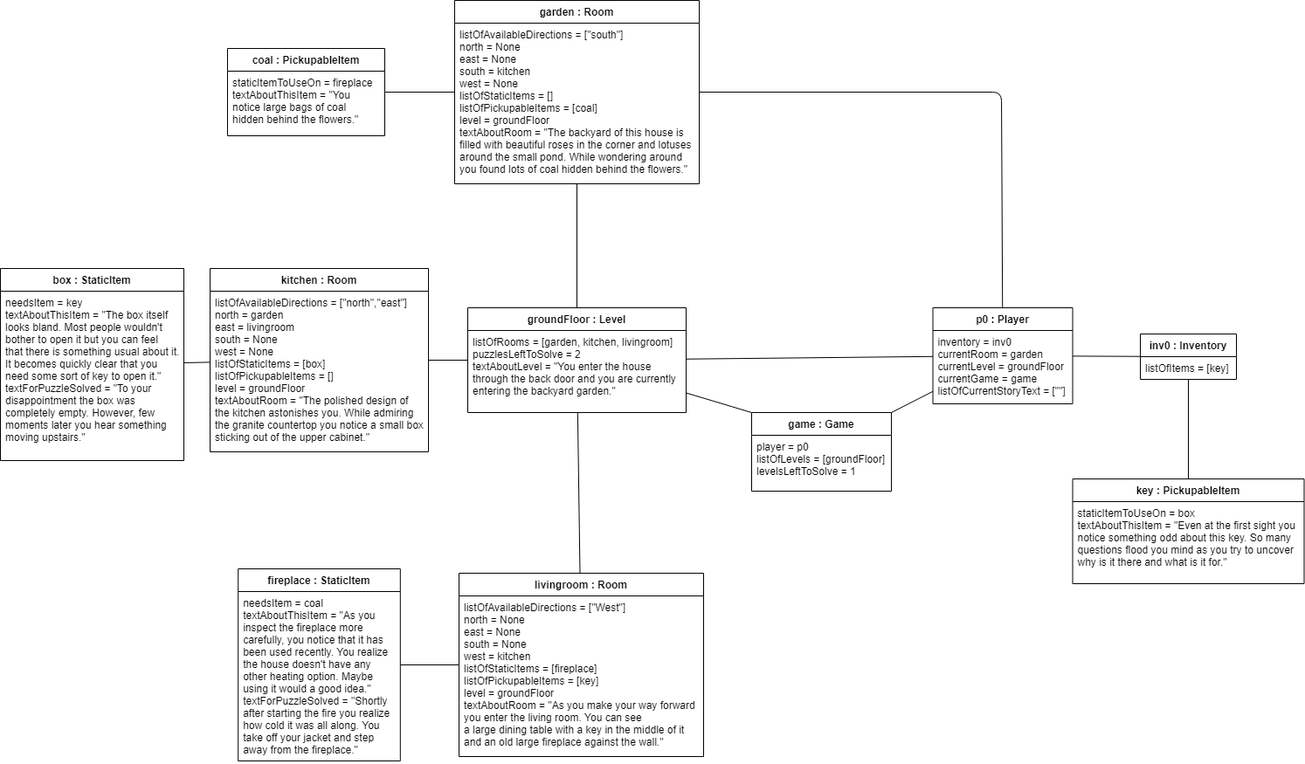
Above: docs/visual/ObjectDiagram.png in MateuszBelka/Text_Adventure_Game (draw.io), before the change. Source tidied: cells renumbered, new cells last; positions are measured from the earlier drawing's top-left corner, leaving out a move shared by most shapes.
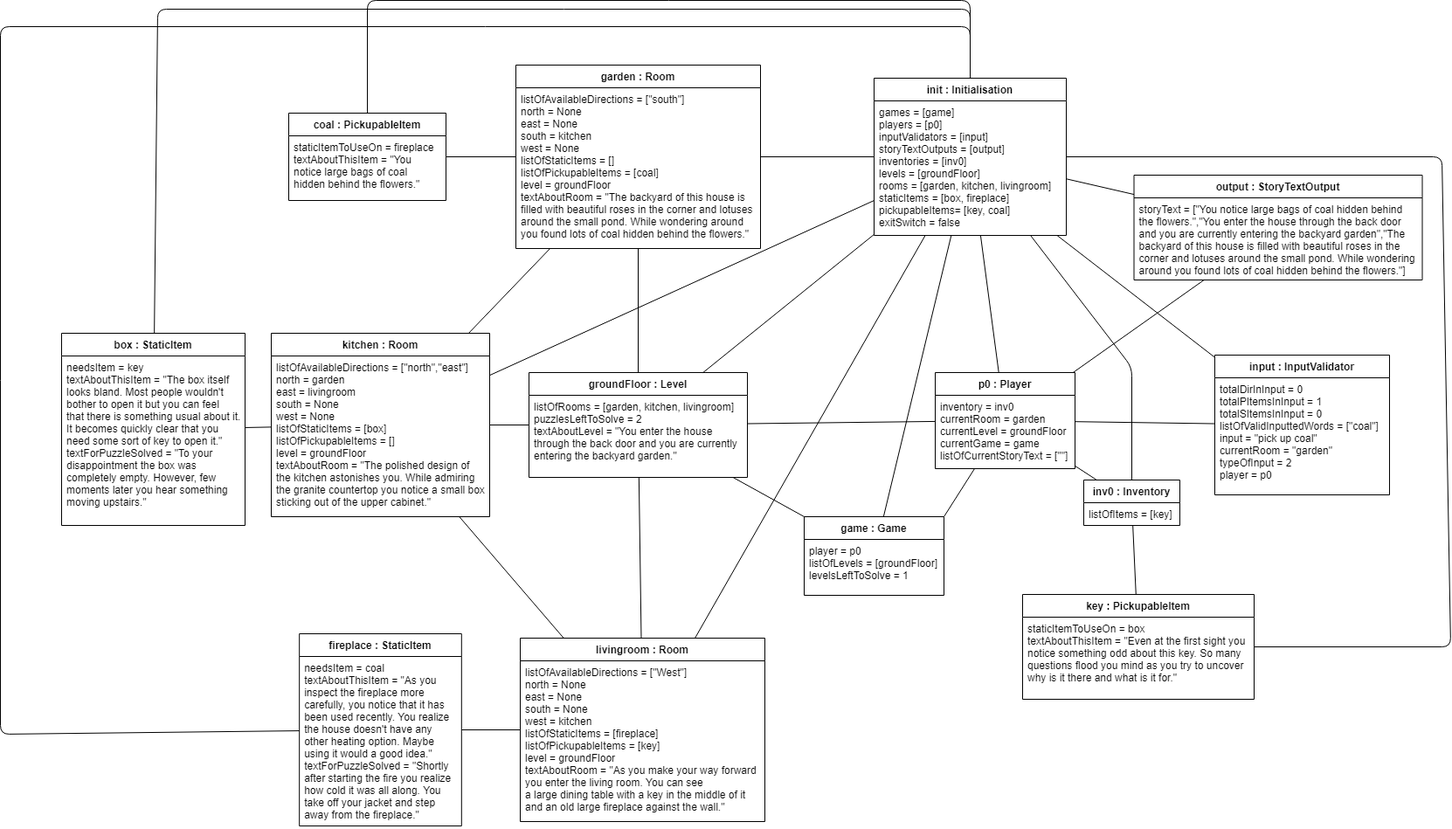
Above is the later version.

Commit message:
fix obj diag and its desc

What changed in the source:
```diff
@@ -3,7 +3,7 @@
     <mxCell id="0" />
     <mxCell id="1" parent="0" />
     <mxCell id="2" value="p0 : Player" style="swimlane;fontStyle=1;horizontal=1;startSize=26;fillColor=none;" parent="1" vertex="1">
-      <mxGeometry x="1067.5" y="352" width="160" height="110" as="geometry" />
+      <mxGeometry x="1000" y="352" width="160" height="110" as="geometry" />
     </mxCell>
     <mxCell id="3" value="inventory = inv0&#10;currentRoom = garden&#10;currentLevel = groundFloor&#10;currentGame = game&#10;listOfCurrentStoryText = [&quot;&quot;]" style="text;strokeColor=none;fillColor=none;align=left;verticalAlign=top;spacingLeft=4;spacingRight=4;overflow=hidden;" parent="2" vertex="1">
       <mxGeometry y="26" width="160" height="84" as="geometry" />
@@ -12,7 +12,7 @@
       <mxGeometry relative="1" as="geometry" />
     </mxCell>
     <mxCell id="5" value="game : Game" style="swimlane;fontStyle=1;horizontal=1;startSize=26;fillColor=none;" parent="1" vertex="1">
-      <mxGeometry x="860" y="472" width="160" height="90" as="geometry" />
+      <mxGeometry x="850" y="517" width="160" height="90" as="geometry" />
     </mxCell>
     <mxCell id="6" value="player = p0&#10;listOfLevels = [groundFloor]&#10;levelsLeftToSolve = 1" style="text;strokeColor=none;fillColor=none;align=left;verticalAlign=top;spacingLeft=4;spacingRight=4;overflow=hidden;" parent="5" vertex="1">
       <mxGeometry y="26" width="160" height="64" as="geometry" />
@@ -33,7 +33,7 @@
       <mxGeometry y="26" width="250" height="184" as="geometry" />
     </mxCell>
     <mxCell id="12" value="inv0 : Inventory" style="swimlane;fontStyle=1;horizontal=1;startSize=26;fillColor=none;" parent="1" vertex="1">
-      <mxGeometry x="1305" y="382" width="110" height="52" as="geometry" />
+      <mxGeometry x="1170" y="475" width="110" height="52" as="geometry" />
     </mxCell>
     <mxCell id="13" value="listOfItems = [key]" style="text;strokeColor=none;fillColor=none;align=left;verticalAlign=top;spacingLeft=4;spacingRight=4;overflow=hidden;" parent="12" vertex="1">
       <mxGeometry y="26" width="110" height="26" as="geometry" />
@@ -54,7 +54,7 @@
       <mxGeometry relative="1" as="geometry" />
     </mxCell>
     <mxCell id="19" value="key : PickupableItem" style="swimlane;fontStyle=1;horizontal=1;startSize=26;fillColor=none;" parent="1" vertex="1">
-      <mxGeometry x="1227.5" y="548" width="265" height="120" as="geometry" />
+      <mxGeometry x="1100" y="606" width="265" height="120" as="geometry" />
     </mxCell>
     <mxCell id="20" value="staticItemToUseOn = box&#10;textAboutThisItem = &quot;Even at the first sight you &#10;notice something odd about this key. So many &#10;questions flood you mind as you try to uncover &#10;why is it there and what is it for.&quot;" style="text;strokeColor=none;fillColor=none;align=left;verticalAlign=top;spacingLeft=4;spacingRight=4;overflow=hidden;" parent="19" vertex="1">
       <mxGeometry y="26" width="265" height="94" as="geometry" />
@@ -101,12 +101,99 @@
     <mxCell id="34" style="endArrow=none;html=1;rounded=1;" parent="1" edge="1" source="7" target="2">
       <mxGeometry relative="1" as="geometry" />
     </mxCell>
-    <mxCell id="35" style="endArrow=none;html=1;rounded=1;" parent="1" edge="1" source="22" target="2">
-      <mxGeometry relative="1" as="geometry">
-        <Array as="points">
-          <mxPoint x="1146" y="105" />
-        </Array>
-      </mxGeometry>
+    <mxCell id="35" style="endArrow=none;html=1;rounded=1;" parent="1" edge="1" source="38" target="2">
+      <mxGeometry relative="1" as="geometry" />
     </mxCell>
+    <mxCell id="36" style="endArrow=none;html=1;rounded=1;" parent="1" edge="1" source="22" target="10">
+      <mxGeometry relative="1" as="geometry" />
+    </mxCell>
+    <mxCell id="37" style="endArrow=none;html=1;rounded=1;" parent="1" edge="1" source="10" target="16">
+      <mxGeometry relative="1" as="geometry" />
+    </mxCell>
+    <mxCell id="38" value="init : Initialisation" style="swimlane;fontStyle=1;horizontal=1;startSize=26;fillColor=none;" parent="1" vertex="1">
+      <mxGeometry x="930" y="15" width="220" height="180" as="geometry" />
+    </mxCell>
+    <mxCell id="39" value="games = [game]&#10;players = [p0]&#10;inputValidators = [input]&#10;storyTextOutputs = [output]&#10;inventories = [inv0]&#10;levels = [groundFloor]&#10;rooms = [garden, kitchen, livingroom]&#10;staticItems = [box, fireplace]&#10;pickupableItems= [key, coal]&#10;exitSwitch = false" style="text;strokeColor=none;fillColor=none;align=left;verticalAlign=top;spacingLeft=4;spacingRight=4;overflow=hidden;points=[[0,0.5],[1,0.5]];portConstraint=eastwest;" parent="38" vertex="1">
+      <mxGeometry y="26" width="220" height="154" as="geometry" />
+    </mxCell>
+    <mxCell id="40" style="endArrow=none;html=1;rounded=1;" parent="1" edge="1" source="38" target="5">
+      <mxGeometry relative="1" as="geometry" />
+    </mxCell>
+    <mxCell id="41" style="endArrow=none;html=1;rounded=1;" parent="1" edge="1" source="38" target="7">
+      <mxGeometry relative="1" as="geometry" />
+    </mxCell>
+    <mxCell id="42" style="endArrow=none;html=1;rounded=1;" parent="1" edge="1" source="38" target="10">
+      <mxGeometry relative="1" as="geometry" />
+    </mxCell>
+    <mxCell id="43" style="endArrow=none;html=1;rounded=1;" parent="1" edge="1" source="22" target="38">
+      <mxGeometry relative="1" as="geometry" />
+    </mxCell>
+    <mxCell id="44" style="endArrow=none;html=1;rounded=1;" parent="1" edge="1" source="38" target="16">
+      <mxGeometry relative="1" as="geometry" />
+    </mxCell>
+    <mxCell id="45" style="endArrow=none;html=1;rounded=1;" parent="1" edge="1" source="12" target="38">
+      <mxGeometry relative="1" as="geometry">
+        <Array as="points">
+          <mxPoint x="1225" y="346" />
+        </Array>
+      </mxGeometry>
+    </mxCell>
+    <mxCell id="46" style="endArrow=none;html=1;rounded=1;" parent="1" edge="1" source="19" target="38">
+      <mxGeometry relative="1" as="geometry">
+        <Array as="points">
+          <mxPoint x="1590" y="666" />
+          <mxPoint x="1580" y="105" />
+        </Array>
+      </mxGeometry>
+    </mxCell>
+    <mxCell id="47" style="endArrow=none;html=1;rounded=1;" parent="1" edge="1" source="25" target="38">
+      <mxGeometry relative="1" as="geometry">
+        <Array as="points">
+          <mxPoint x="350" y="-74" />
+          <mxPoint x="1040" y="-74" />
+        </Array>
+      </mxGeometry>
+    </mxCell>
+    <mxCell id="48" style="endArrow=none;html=1;rounded=1;" parent="1" edge="1" source="28" target="38">
+      <mxGeometry relative="1" as="geometry">
+        <Array as="points">
+          <mxPoint x="110" y="-64" />
+          <mxPoint x="1040" y="-64" />
+        </Array>
+      </mxGeometry>
+    </mxCell>
+    <mxCell id="49" style="endArrow=none;html=1;rounded=1;" parent="1" edge="1" source="31" target="38">
+      <mxGeometry relative="1" as="geometry">
+        <Array as="points">
+          <mxPoint x="-70" y="766" />
+          <mxPoint x="-70" y="-44" />
+          <mxPoint x="1040" y="-44" />
+        </Array>
+      </mxGeometry>
+    </mxCell>
+    <mxCell id="50" value="output : StoryTextOutput" style="swimlane;fontStyle=1;horizontal=1;startSize=26;fillColor=none;" parent="1" vertex="1">
+      <mxGeometry x="1227.5" y="126" width="330" height="120" as="geometry" />
+    </mxCell>
+    <mxCell id="51" value="storyText = [&quot;You notice large bags of coal hidden behind &#10;the flowers.&quot;,&quot;You enter the house through the back door &#10;and you are currently entering the backyard garden&quot;,&quot;The &#10;backyard of this house is filled with beautiful roses in the &#10;corner and lotuses around the small pond. While wondering &#10;around you found lots of coal hidden behind the flowers.&quot;]" style="text;strokeColor=none;fillColor=none;align=left;verticalAlign=top;spacingLeft=4;spacingRight=4;overflow=hidden;" parent="50" vertex="1">
+      <mxGeometry y="26" width="330" height="94" as="geometry" />
+    </mxCell>
+    <mxCell id="52" style="endArrow=none;html=1;rounded=1;" parent="1" edge="1" source="38" target="50">
+      <mxGeometry relative="1" as="geometry" />
+    </mxCell>
+    <mxCell id="53" style="endArrow=none;html=1;rounded=1;" parent="1" edge="1" source="50" target="2">
+      <mxGeometry relative="1" as="geometry" />
+    </mxCell>
+    <mxCell id="54" value="input : InputValidator" style="swimlane;fontStyle=1;horizontal=1;startSize=26;fillColor=none;" parent="1" vertex="1">
+      <mxGeometry x="1320" y="332" width="200" height="160" as="geometry" />
+    </mxCell>
+    <mxCell id="55" value="totalDirInInput = 0&#10;totalPItemsInInput = 1&#10;totalSItemsInInput = 0&#10;listOfValidInputtedWords = [&quot;coal&quot;]&#10;input = &quot;pick up coal&quot;&#10;currentRoom = &quot;garden&quot;&#10;typeOfInput = 2&#10;player = p0" style="text;strokeColor=none;fillColor=none;align=left;verticalAlign=top;spacingLeft=4;spacingRight=4;overflow=hidden;" parent="54" vertex="1">
+      <mxGeometry y="26" width="200" height="134" as="geometry" />
+    </mxCell>
+    <mxCell id="56" style="endArrow=none;html=1;rounded=1;" parent="1" edge="1" source="54" target="2">
+      <mxGeometry relative="1" as="geometry" />
+    </mxCell>
+    <mxCell id="57" style="endArrow=none;html=1;rounded=1;" parent="1" edge="1" source="54" target="39">
+      <mxGeometry relative="1" as="geometry" />
+    </mxCell>
   </root>
 </mxGraphModel>
```
